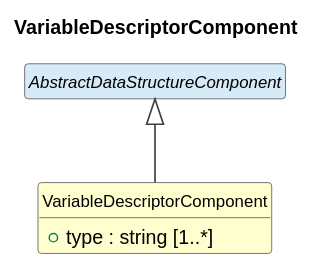
Earlier version of the PlantUML export cdif-uml-model/DataDescriptionWithStructure/Classes/VariableDescriptorComponent.svg (Cross-Domain-Interoperability-Framework/metadataBuildingBlocks).
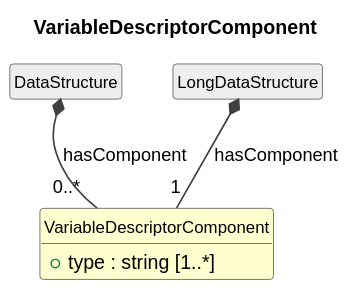
Later version of the same file.

Change to the diagram source:
```diff
@@ -13,6 +13,8 @@
 class "VariableDescriptorComponent" as VariableDescriptorComponent #FEFECE {
   +type : string [1..*]
 }
-abstract class "AbstractDataStructureComponent" as AbstractDataStructureComponent #D6EAF8
-AbstractDataStructureComponent <|-- VariableDescriptorComponent
+class "DataStructure" as DataStructure #EEEEEE
+DataStructure *-- "0..*" VariableDescriptorComponent : hasComponent
+class "LongDataStructure" as LongDataStructure #EEEEEE
+LongDataStructure *-- "1" VariableDescriptorComponent : hasComponent
 @enduml
```
